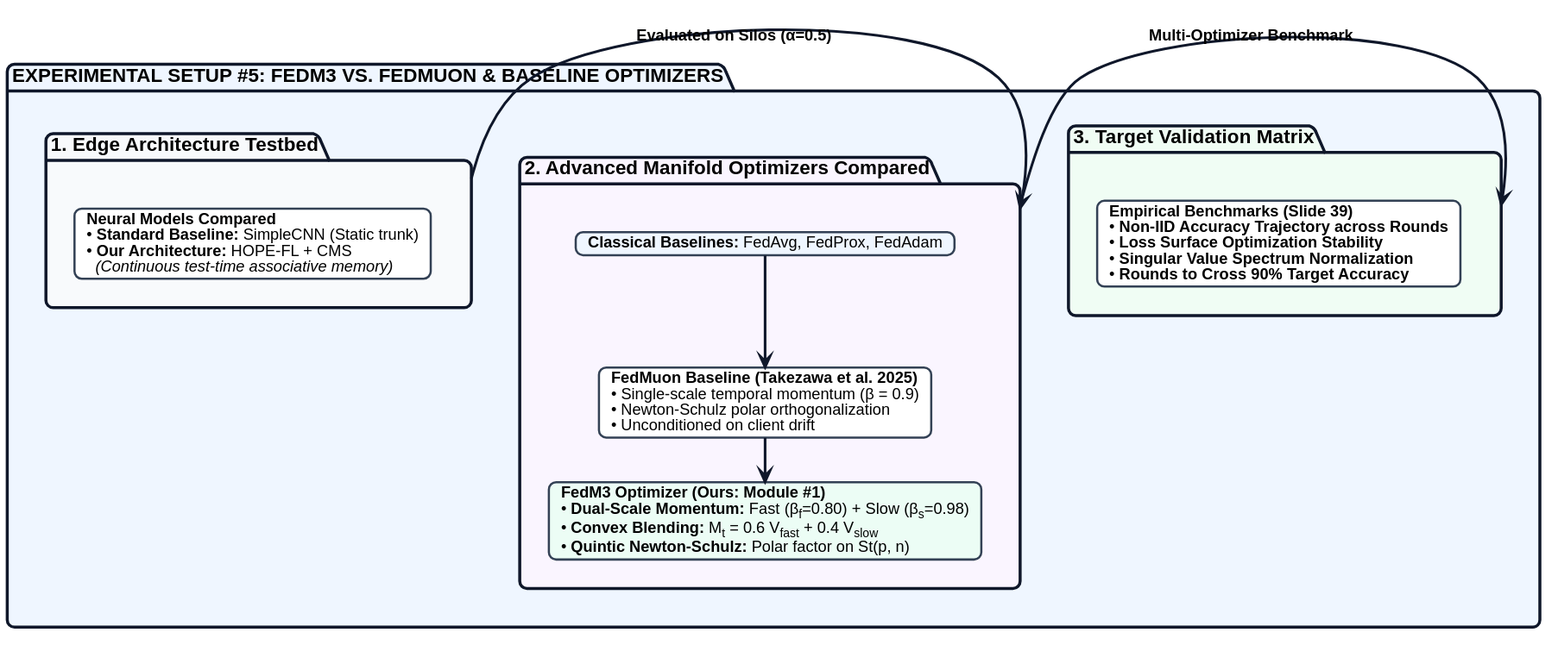
bernardbdas/research keeps this PlantUML diagram as diagrams/03-system-architecture/slide_presentation/slide_39_setup5_fedm3_vs_fedmuon.svg. Above is the earlier version. Its diagram source:
```plantuml
@startuml
top to bottom direction

skinparam monochrome false
skinparam shadowing false
skinparam roundcorner 12
skinparam defaultFontName "Helvetica"
skinparam defaultFontSize 14
skinparam ranksep 35
skinparam nodesep 25

skinparam package {
    BackgroundColor #FFFFFF
    BorderColor #0F172A
    BorderThickness 2.5
    FontStyle bold
    FontSize 16
}

skinparam card {
    BackgroundColor #FFFFFF
    BorderColor #334155
    BorderThickness 1.8
    FontSize 13
}

skinparam arrow {
    Color #0F172A
    Thickness 2.2
    FontSize 13
    FontStyle bold
}

package "EXPERIMENTAL SETUP #5: FEDM3 VS. FEDMUON & BASELINE OPTIMIZERS" as Setup5 #EFF6FF {

    package "1. Edge Architecture Testbed" as S1 #F8FAFC {
        card "<b>Neural Models Compared</b>\n• <b>Standard Baseline:</b> SimpleCNN (Static trunk)\n• <b>Our Architecture:</b> HOPE-FL + CMS\n  <i>(Continuous test-time associative memory)</i>" as ArchCard #FFFFFF
    }

    package "2. Advanced Manifold Optimizers Compared" as S2 #FAF5FF {
        card "<b>FedMuon Baseline (Takezawa et al. 2025)</b>\n• Single-scale temporal momentum (β = 0.9)\n• Newton-Schulz polar orthogonalization\n• Unconditioned on client drift" as MuonCard #FFFFFF

        card "<b>FedM3 Optimizer (Ours: Module #1)</b>\n• <b>Dual-Scale Momentum:</b> Fast (β<sub>f</sub>=0.80) + Slow (β<sub>s</sub>=0.98)\n• <b>Convex Blending:</b> M<sub>t</sub> = 0.6 V<sub>fast</sub> + 0.4 V<sub>slow</sub>\n• <b>Quintic Newton-Schulz:</b> Polar factor on St(p, n)" as M3Card #ECFDF5

        card "<b>Classical Baselines:</b> FedAvg, FedProx, FedAdam" as ClassicCard #EFF6FF

        ClassicCard -down-> MuonCard
        MuonCard -down-> M3Card
    }

    package "3. Target Validation Matrix" as S3 #F0FDF4 {
        card "<b>Empirical Benchmarks (Slide 39)</b>\n• <b>Non-IID Accuracy Trajectory across Rounds</b>\n• <b>Loss Surface Optimization Stability</b>\n• <b>Singular Value Spectrum Normalization</b>\n• <b>Rounds to Cross 90% Target Accuracy</b>" as BenchCard #FFFFFF
    }

    S1 -right-> S2 : Evaluated on Silos (α=0.5)
    S2 -right-> S3 : Multi-Optimizer Benchmark
}
@enduml
```
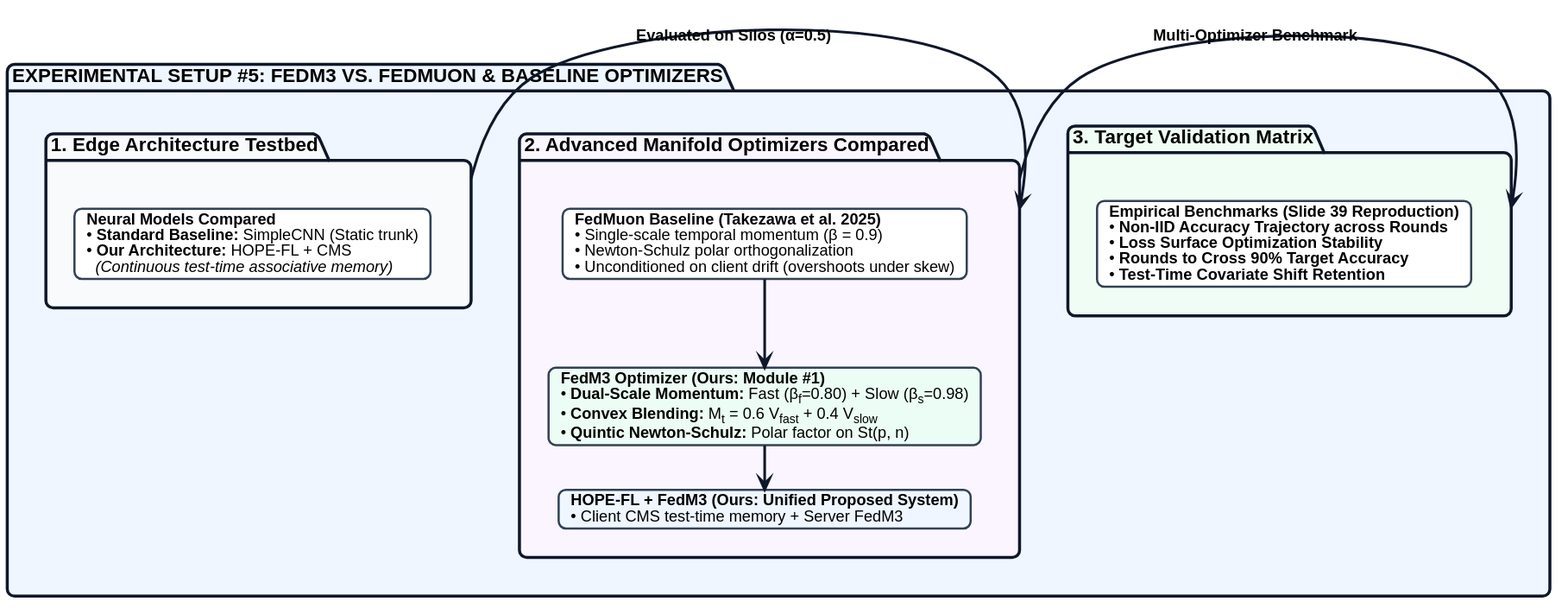
The same file after the commit.

Change to the diagram source:
```diff
@@ -38,18 +38,18 @@
     }
 
     package "2. Advanced Manifold Optimizers Compared" as S2 #FAF5FF {
-        card "<b>FedMuon Baseline (Takezawa et al. 2025)</b>\n• Single-scale temporal momentum (β = 0.9)\n• Newton-Schulz polar orthogonalization\n• Unconditioned on client drift" as MuonCard #FFFFFF
+        card "<b>FedMuon Baseline (Takezawa et al. 2025)</b>\n• Single-scale temporal momentum (β = 0.9)\n• Newton-Schulz polar orthogonalization\n• Unconditioned on client drift (overshoots under skew)" as MuonCard #FFFFFF
 
         card "<b>FedM3 Optimizer (Ours: Module #1)</b>\n• <b>Dual-Scale Momentum:</b> Fast (β<sub>f</sub>=0.80) + Slow (β<sub>s</sub>=0.98)\n• <b>Convex Blending:</b> M<sub>t</sub> = 0.6 V<sub>fast</sub> + 0.4 V<sub>slow</sub>\n• <b>Quintic Newton-Schulz:</b> Polar factor on St(p, n)" as M3Card #ECFDF5
 
-        card "<b>Classical Baselines:</b> FedAvg, FedProx, FedAdam" as ClassicCard #EFF6FF
+        card "<b>HOPE-FL + FedM3 (Ours: Unified Proposed System)</b>\n• Client CMS test-time memory + Server FedM3" as FullCard #EFF6FF
 
-        ClassicCard -down-> MuonCard
         MuonCard -down-> M3Card
+        M3Card -down-> FullCard
     }
 
     package "3. Target Validation Matrix" as S3 #F0FDF4 {
-        card "<b>Empirical Benchmarks (Slide 39)</b>\n• <b>Non-IID Accuracy Trajectory across Rounds</b>\n• <b>Loss Surface Optimization Stability</b>\n• <b>Singular Value Spectrum Normalization</b>\n• <b>Rounds to Cross 90% Target Accuracy</b>" as BenchCard #FFFFFF
+        card "<b>Empirical Benchmarks (Slide 39 Reproduction)</b>\n• <b>Non-IID Accuracy Trajectory across Rounds</b>\n• <b>Loss Surface Optimization Stability</b>\n• <b>Rounds to Cross 90% Target Accuracy</b>\n• <b>Test-Time Covariate Shift Retention</b>" as BenchCard #FFFFFF
     }
 
     S1 -right-> S2 : Evaluated on Silos (α=0.5)
```
